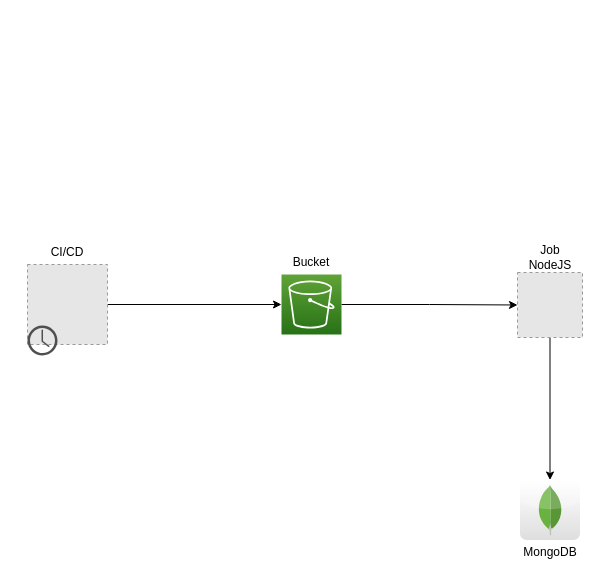
This is architecture/gitlab-cicd-demo.drawio from juliocesarscheidt/gitlab-cicd-demo, a draw.io file, before an edit. Source tidied: cells renumbered, new cells numbered last; positions are measured from the earlier drawing's top-left corner, leaving out a move shared by most shapes. Both pictures are drawn from the tidied source at 100%, with x=0, y=0 at pixel (27, 239). Pictures stored in the file or linked from it are replaced by grey dashed boxes.
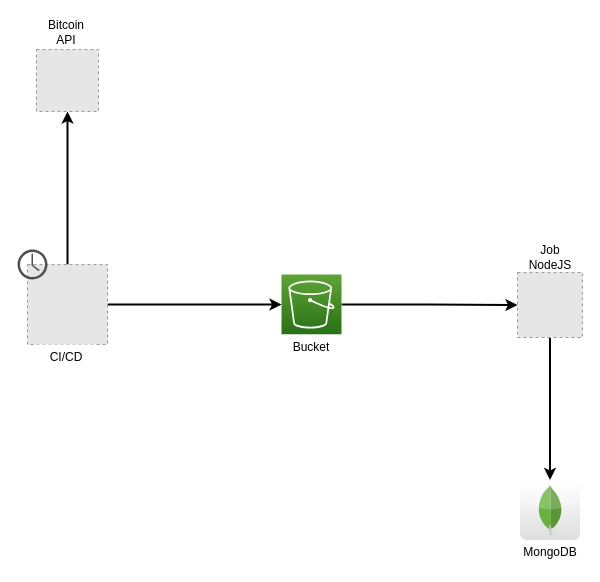
After the change.

What changed in the source:
```diff
@@
 <mxGraphModel>
   <root>
     <mxCell id="0" />
     <mxCell id="1" parent="0" />
-    <mxCell id="2" style="edgeStyle=orthogonalEdgeStyle;rounded=0;jettySize=auto;html=1;entryX=0;entryY=0.5;entryDx=0;entryDy=0;entryPerimeter=0;" parent="1" edge="1" source="3" target="5">
+    <mxCell id="2" style="edgeStyle=orthogonalEdgeStyle;rounded=0;jettySize=auto;html=1;entryX=0;entryY=0.5;entryDx=0;entryDy=0;entryPerimeter=0;strokeWidth=2;" parent="1" edge="1" source="3" target="5">
       <mxGeometry relative="1" as="geometry" />
     </mxCell>
+    <mxCell id="14" style="edgeStyle=orthogonalEdgeStyle;rounded=0;jettySize=auto;html=1;strokeWidth=2;" parent="1" edge="1" source="3" target="15">
+      <mxGeometry relative="1" as="geometry" />
+    </mxCell>
     <mxCell id="3" style="fillColor=#E6E6E6;strokeColor=#999999;dashed=1;html=1;verticalAlign=top;verticalLabelPosition=bottom;labelBackgroundColor=#ffffff;" parent="1" vertex="1">
       <mxGeometry y="25" width="80" height="80" as="geometry" />
     </mxCell>
-    <mxCell id="4" style="edgeStyle=orthogonalEdgeStyle;rounded=0;jettySize=auto;html=1;" parent="1" edge="1" source="5" target="7">
+    <mxCell id="4" style="edgeStyle=orthogonalEdgeStyle;rounded=0;jettySize=auto;html=1;strokeWidth=2;" parent="1" edge="1" source="5" target="7">
       <mxGeometry relative="1" as="geometry" />
     </mxCell>
     <mxCell id="5" style="sketch=0;points=[[0,0,0],[0.25,0,0],[0.5,0,0],[0.75,0,0],[1,0,0],[0,1,0],[0.25,1,0],[0.5,1,0],[0.75,1,0],[1,1,0],[0,0.25,0],[0,0.5,0],[0,0.75,0],[1,0.25,0],[1,0.5,0],[1,0.75,0]];outlineConnect=0;fontColor=#232F3E;gradientColor=#60A337;gradientDirection=north;fillColor=#277116;strokeColor=#ffffff;dashed=0;verticalLabelPosition=bottom;verticalAlign=top;align=center;html=1;fontSize=12;fontStyle=0;shape=mxgraph.aws4.resourceIcon;resIcon=mxgraph.aws4.s3;" parent="1" vertex="1">
       <mxGeometry x="254" y="35" width="60" height="60" as="geometry" />
     </mxCell>
-    <mxCell id="6" style="edgeStyle=orthogonalEdgeStyle;rounded=0;jettySize=auto;html=1;" parent="1" edge="1" source="7" target="8">
+    <mxCell id="6" style="edgeStyle=orthogonalEdgeStyle;rounded=0;jettySize=auto;html=1;strokeWidth=2;" parent="1" edge="1" source="7" target="8">
       <mxGeometry relative="1" as="geometry" />
     </mxCell>
     <mxCell id="7" style="fillColor=#E6E6E6;strokeColor=#999999;dashed=1;html=1;verticalAlign=top;verticalLabelPosition=bottom;labelBackgroundColor=#ffffff;" parent="1" vertex="1">
       <mxGeometry x="490" y="33" width="65" height="65" as="geometry" />
     </mxCell>
     <mxCell id="8" style="dashed=0;outlineConnect=0;html=1;align=center;labelPosition=center;verticalLabelPosition=bottom;verticalAlign=top;shape=mxgraph.webicons.mongodb;gradientColor=#DFDEDE;" parent="1" vertex="1">
       <mxGeometry x="492.5" y="240.5" width="60" height="60" as="geometry" />
     </mxCell>
     <mxCell id="9" style="sketch=0;shadow=0;dashed=0;html=1;strokeColor=none;fillColor=#505050;labelPosition=center;verticalLabelPosition=bottom;verticalAlign=top;align=center;shape=mxgraph.office.concepts.clock;" parent="1" vertex="1">
-      <mxGeometry y="86" width="30" height="30" as="geometry" />
+      <mxGeometry x="-10" y="10" width="30" height="30" as="geometry" />
     </mxCell>
-    <mxCell id="10" value="CI/CD" style="text;html=1;strokeColor=none;fillColor=none;align=center;verticalAlign=middle;whiteSpace=wrap;rounded=0;" parent="1" vertex="1">
-      <mxGeometry x="10" width="60" height="25" as="geometry" />
+    <mxCell id="10" value="CI/CD" style="text;html=1;strokeColor=none;fillColor=default;align=center;verticalAlign=middle;whiteSpace=wrap;rounded=0;" parent="1" vertex="1">
+      <mxGeometry x="9" y="105" width="60" height="25" as="geometry" />
     </mxCell>
-    <mxCell id="11" value="Bucket" style="text;html=1;strokeColor=none;fillColor=none;align=center;verticalAlign=middle;whiteSpace=wrap;rounded=0;" parent="1" vertex="1">
-      <mxGeometry x="254" y="10" width="60" height="25" as="geometry" />
+    <mxCell id="11" value="Bucket" style="text;html=1;strokeColor=none;fillColor=default;align=center;verticalAlign=middle;whiteSpace=wrap;rounded=0;" parent="1" vertex="1">
+      <mxGeometry x="254" y="95" width="60" height="25" as="geometry" />
     </mxCell>
-    <mxCell id="12" value="Job NodeJS" style="text;html=1;strokeColor=none;fillColor=none;align=center;verticalAlign=middle;whiteSpace=wrap;rounded=0;" parent="1" vertex="1">
+    <mxCell id="12" value="Job NodeJS" style="text;html=1;strokeColor=none;fillColor=default;align=center;verticalAlign=middle;whiteSpace=wrap;rounded=0;" parent="1" vertex="1">
       <mxGeometry x="492.5" y="5" width="60" height="25" as="geometry" />
     </mxCell>
-    <mxCell id="13" value="MongoDB" style="text;html=1;strokeColor=none;fillColor=none;align=center;verticalAlign=middle;whiteSpace=wrap;rounded=0;" parent="1" vertex="1">
+    <mxCell id="13" value="MongoDB" style="text;html=1;strokeColor=none;fillColor=default;align=center;verticalAlign=middle;whiteSpace=wrap;rounded=0;" parent="1" vertex="1">
       <mxGeometry x="492.5" y="300.5" width="60" height="25" as="geometry" />
     </mxCell>
+    <mxCell id="15" style="fillColor=#E6E6E6;strokeColor=#999999;dashed=1;verticalLabelPosition=bottom;labelBackgroundColor=default;verticalAlign=top;" parent="1" vertex="1">
+      <mxGeometry x="9" y="-190" width="62" height="62" as="geometry" />
+    </mxCell>
+    <mxCell id="16" value="Bitcoin API" style="text;html=1;strokeColor=none;fillColor=default;align=center;verticalAlign=middle;whiteSpace=wrap;rounded=0;" parent="1" vertex="1">
+      <mxGeometry x="9" y="-220" width="60" height="25" as="geometry" />
+    </mxCell>
   </root>
 </mxGraphModel>
```
